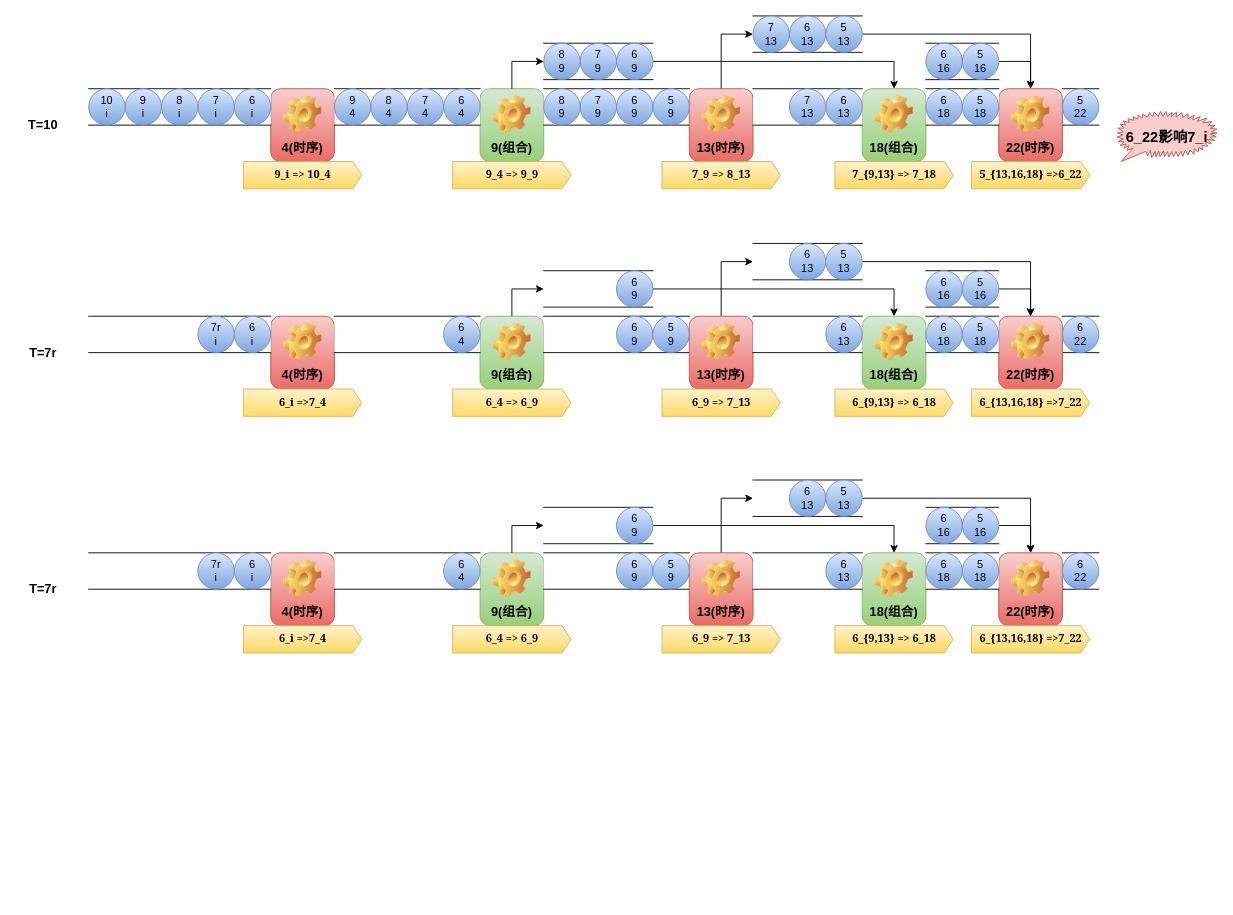
Dercury/CLDK keeps this draw.io diagram as verilator_digrams/推测执行.drawio. Above is the earlier version. Source tidied: cells renumbered, new cells numbered last; positions are measured from the earlier drawing's top-left corner, leaving out a move shared by most shapes. Both pictures are drawn from the tidied source at 91%, with x=0, y=0 at pixel (15, 15).
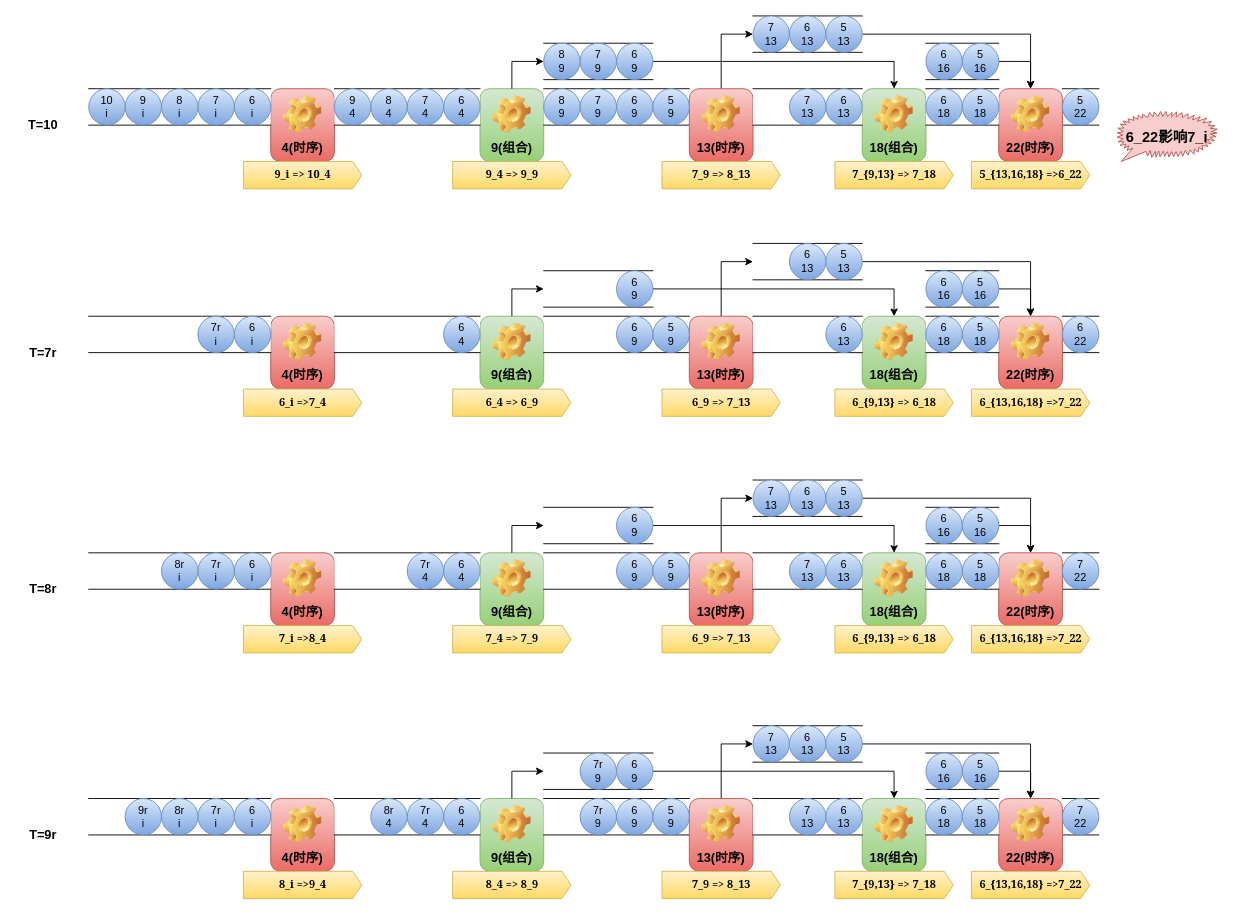
The same page after the edit.

Commit message (it also covers changes not shown here):
更新推测执行.drawio

Diff of the diagram source:
```diff
@@
-    <mxCell id="106" value="T=7r" style="text;html=1;align=center;verticalAlign=middle;whiteSpace=wrap;rounded=0;fontSize=14;fontStyle=1;" parent="1" vertex="1">
+    <mxCell id="106" value="T=8r" style="text;html=1;align=center;verticalAlign=middle;whiteSpace=wrap;rounded=0;fontSize=14;fontStyle=1;" parent="1" vertex="1">
       <mxGeometry y="615" width="60" height="30" as="geometry" />
     </mxCell>
@@
-    <mxCell id="108" value="6_i =&amp;gt;7_4" style="html=1;shadow=0;dashed=0;align=center;verticalAlign=middle;shape=mxgraph.arrows2.arrow;dy=0;dx=10;notch=0;fillColor=#fff2cc;gradientColor=#ffd966;strokeColor=#d6b656;fontFamily=Georgia;fontStyle=1;" parent="1" vertex="1">
+    <mxCell id="108" value="7_i =&amp;gt;8_4" style="html=1;shadow=0;dashed=0;align=center;verticalAlign=middle;shape=mxgraph.arrows2.arrow;dy=0;dx=10;notch=0;fillColor=#fff2cc;gradientColor=#ffd966;strokeColor=#d6b656;fontFamily=Georgia;fontStyle=1;" parent="1" vertex="1">
       <mxGeometry x="250" y="670" width="130" height="30" as="geometry" />
     </mxCell>
-    <mxCell id="109" value="6_4 =&amp;gt; 6_9" style="html=1;shadow=0;dashed=0;align=center;verticalAlign=middle;shape=mxgraph.arrows2.arrow;dy=0;dx=10;notch=0;fillColor=#fff2cc;gradientColor=#ffd966;strokeColor=#d6b656;fontFamily=Georgia;fontStyle=1;" parent="1" vertex="1">
+    <mxCell id="109" value="7_4 =&amp;gt; 7_9" style="html=1;shadow=0;dashed=0;align=center;verticalAlign=middle;shape=mxgraph.arrows2.arrow;dy=0;dx=10;notch=0;fillColor=#fff2cc;gradientColor=#ffd966;strokeColor=#d6b656;fontFamily=Georgia;fontStyle=1;" parent="1" vertex="1">
       <mxGeometry x="480" y="670" width="130" height="30" as="geometry" />
     </mxCell>
@@
-    <mxCell id="123" value="&lt;div&gt;6&lt;/div&gt;&lt;div&gt;22&lt;/div&gt;" style="ellipse;whiteSpace=wrap;html=1;fillColor=#dae8fc;gradientColor=#7ea6e0;strokeColor=#6c8ebf;" parent="1" vertex="1">
+    <mxCell id="123" value="&lt;div&gt;7&lt;/div&gt;&lt;div&gt;22&lt;/div&gt;" style="ellipse;whiteSpace=wrap;html=1;fillColor=#dae8fc;gradientColor=#7ea6e0;strokeColor=#6c8ebf;" parent="1" vertex="1">
       <mxGeometry x="1150" y="590" width="40" height="40" as="geometry" />
     </mxCell>
@@
+    <mxCell id="132" value="&lt;div&gt;8r&lt;/div&gt;&lt;div&gt;i&lt;/div&gt;" style="ellipse;whiteSpace=wrap;html=1;fillColor=#dae8fc;gradientColor=#7ea6e0;strokeColor=#6c8ebf;" parent="1" vertex="1">
+      <mxGeometry x="160" y="590" width="40" height="40" as="geometry" />
+    </mxCell>
+    <mxCell id="133" value="&lt;div&gt;7r&lt;/div&gt;&lt;div&gt;4&lt;/div&gt;" style="ellipse;whiteSpace=wrap;html=1;fillColor=#dae8fc;gradientColor=#7ea6e0;strokeColor=#6c8ebf;" parent="1" vertex="1">
+      <mxGeometry x="430" y="590" width="40" height="40" as="geometry" />
+    </mxCell>
+    <mxCell id="134" value="&lt;div&gt;7&lt;/div&gt;&lt;div&gt;13&lt;/div&gt;" style="ellipse;whiteSpace=wrap;html=1;fillColor=#dae8fc;gradientColor=#7ea6e0;strokeColor=#6c8ebf;" parent="1" vertex="1">
+      <mxGeometry x="850" y="590" width="40" height="40" as="geometry" />
+    </mxCell>
+    <mxCell id="135" value="&lt;div&gt;7&lt;/div&gt;&lt;div&gt;13&lt;/div&gt;" style="ellipse;whiteSpace=wrap;html=1;fillColor=#dae8fc;gradientColor=#7ea6e0;strokeColor=#6c8ebf;" parent="1" vertex="1">
+      <mxGeometry x="810" y="510" width="40" height="40" as="geometry" />
+    </mxCell>
+    <mxCell id="136" style="html=1;dashed=0;whiteSpace=wrap;shape=partialRectangle;right=0;left=0;" parent="1" vertex="1">
+      <mxGeometry x="1150" y="860" width="40" height="40" as="geometry" />
+    </mxCell>
+    <mxCell id="137" value="4(时序)" style="label;whiteSpace=wrap;html=1;align=center;verticalAlign=bottom;spacingLeft=0;spacingBottom=4;imageAlign=center;imageVerticalAlign=top;image=img/clipart/Gear_128x128.png;fontSize=14;fillColor=#f8cecc;gradientColor=#ea6b66;strokeColor=#b85450;" parent="1" vertex="1">
+      <mxGeometry x="280" y="860" width="70" height="80" as="geometry" />
+    </mxCell>
+    <mxCell id="138" value="9(组合)" style="label;whiteSpace=wrap;html=1;align=center;verticalAlign=bottom;spacingLeft=0;spacingBottom=4;imageAlign=center;imageVerticalAlign=top;image=img/clipart/Gear_128x128.png;fontSize=14;fillColor=#d5e8d4;gradientColor=#97d077;strokeColor=#82b366;" parent="1" vertex="1">
+      <mxGeometry x="510" y="860" width="70" height="80" as="geometry" />
+    </mxCell>
+    <mxCell id="139" style="html=1;dashed=0;whiteSpace=wrap;shape=partialRectangle;right=0;left=0;" parent="1" vertex="1">
+      <mxGeometry x="80" y="860" width="200" height="40" as="geometry" />
+    </mxCell>
+    <mxCell id="140" value="&lt;div&gt;6&lt;/div&gt;&lt;div&gt;i&lt;/div&gt;" style="ellipse;whiteSpace=wrap;html=1;fillColor=#dae8fc;gradientColor=#7ea6e0;strokeColor=#6c8ebf;" parent="1" vertex="1">
+      <mxGeometry x="240" y="860" width="40" height="40" as="geometry" />
+    </mxCell>
+    <mxCell id="141" style="html=1;dashed=0;whiteSpace=wrap;shape=partialRectangle;right=0;left=0;" parent="1" vertex="1">
+      <mxGeometry x="350" y="860" width="160" height="40" as="geometry" />
+    </mxCell>
+    <mxCell id="142" style="html=1;dashed=0;whiteSpace=wrap;shape=partialRectangle;right=0;left=0;" parent="1" vertex="1">
+      <mxGeometry x="580" y="860" width="160" height="40" as="geometry" />
+    </mxCell>
+    <mxCell id="143" style="edgeStyle=orthogonalEdgeStyle;rounded=0;jettySize=auto;html=1;exitX=0.5;exitY=0;exitDx=0;exitDy=0;entryX=0;entryY=0.5;entryDx=0;entryDy=0;" parent="1" edge="1" source="144" target="168">
+      <mxGeometry relative="1" as="geometry" />
+    </mxCell>
+    <mxCell id="144" value="13(时序)" style="label;whiteSpace=wrap;html=1;align=center;verticalAlign=bottom;spacingLeft=0;spacingBottom=4;imageAlign=center;imageVerticalAlign=top;image=img/clipart/Gear_128x128.png;fontSize=14;fillColor=#f8cecc;gradientColor=#ea6b66;strokeColor=#b85450;" parent="1" vertex="1">
+      <mxGeometry x="740" y="860" width="70" height="80" as="geometry" />
+    </mxCell>
+    <mxCell id="145" value="22(时序)" style="label;whiteSpace=wrap;html=1;align=center;verticalAlign=bottom;spacingLeft=0;spacingBottom=4;imageAlign=center;imageVerticalAlign=top;image=img/clipart/Gear_128x128.png;fontSize=14;fillColor=#f8cecc;gradientColor=#ea6b66;strokeColor=#b85450;" parent="1" vertex="1">
+      <mxGeometry x="1080" y="860" width="70" height="80" as="geometry" />
+    </mxCell>
+    <mxCell id="146" value="18(组合)" style="label;whiteSpace=wrap;html=1;align=center;verticalAlign=bottom;spacingLeft=0;spacingBottom=4;imageAlign=center;imageVerticalAlign=top;image=img/clipart/Gear_128x128.png;fontSize=14;fillColor=#d5e8d4;gradientColor=#97d077;strokeColor=#82b366;" parent="1" vertex="1">
+      <mxGeometry x="930" y="860" width="70" height="80" as="geometry" />
+    </mxCell>
+    <mxCell id="147" style="html=1;dashed=0;whiteSpace=wrap;shape=partialRectangle;right=0;left=0;" parent="1" vertex="1">
+      <mxGeometry x="810" y="860" width="120" height="40" as="geometry" />
+    </mxCell>
+    <mxCell id="148" style="html=1;dashed=0;whiteSpace=wrap;shape=partialRectangle;right=0;left=0;" parent="1" vertex="1">
+      <mxGeometry x="1000" y="860" width="80" height="40" as="geometry" />
+    </mxCell>
+    <mxCell id="149" value="T=9r" style="text;html=1;align=center;verticalAlign=middle;whiteSpace=wrap;rounded=0;fontSize=14;fontStyle=1;" parent="1" vertex="1">
+      <mxGeometry y="885" width="60" height="30" as="geometry" />
+    </mxCell>
+    <mxCell id="150" value="&lt;div&gt;7r&lt;/div&gt;&lt;div&gt;i&lt;/div&gt;" style="ellipse;whiteSpace=wrap;html=1;fillColor=#dae8fc;gradientColor=#7ea6e0;strokeColor=#6c8ebf;" parent="1" vertex="1">
+      <mxGeometry x="200" y="860" width="40" height="40" as="geometry" />
+    </mxCell>
+    <mxCell id="151" value="8_i =&amp;gt;9_4" style="html=1;shadow=0;dashed=0;align=center;verticalAlign=middle;shape=mxgraph.arrows2.arrow;dy=0;dx=10;notch=0;fillColor=#fff2cc;gradientColor=#ffd966;strokeColor=#d6b656;fontFamily=Georgia;fontStyle=1;" parent="1" vertex="1">
+      <mxGeometry x="250" y="940" width="130" height="30" as="geometry" />
+    </mxCell>
+    <mxCell id="152" value="8_4 =&amp;gt; 8_9" style="html=1;shadow=0;dashed=0;align=center;verticalAlign=middle;shape=mxgraph.arrows2.arrow;dy=0;dx=10;notch=0;fillColor=#fff2cc;gradientColor=#ffd966;strokeColor=#d6b656;fontFamily=Georgia;fontStyle=1;" parent="1" vertex="1">
+      <mxGeometry x="480" y="940" width="130" height="30" as="geometry" />
+    </mxCell>
+    <mxCell id="153" value="7_9 =&amp;gt; 8_13" style="html=1;shadow=0;dashed=0;align=center;verticalAlign=middle;shape=mxgraph.arrows2.arrow;dy=0;dx=10;notch=0;fillColor=#fff2cc;gradientColor=#ffd966;strokeColor=#d6b656;fontFamily=Georgia;fontStyle=1;" parent="1" vertex="1">
+      <mxGeometry x="710" y="940" width="130" height="30" as="geometry" />
+    </mxCell>
+    <mxCell id="154" value="7_{9,13} =&amp;gt; 7_18" style="html=1;shadow=0;dashed=0;align=center;verticalAlign=middle;shape=mxgraph.arrows2.arrow;dy=0;dx=10;notch=0;fillColor=#fff2cc;gradientColor=#ffd966;strokeColor=#d6b656;fontFamily=Georgia;fontStyle=1;" parent="1" vertex="1">
+      <mxGeometry x="900" y="940" width="130" height="30" as="geometry" />
+    </mxCell>
+    <mxCell id="155" value="6_{13,16,18} =&amp;gt;7_22" style="html=1;shadow=0;dashed=0;align=center;verticalAlign=middle;shape=mxgraph.arrows2.arrow;dy=0;dx=10;notch=0;fillColor=#fff2cc;gradientColor=#ffd966;strokeColor=#d6b656;fontFamily=Georgia;fontStyle=1;" parent="1" vertex="1">
+      <mxGeometry x="1050" y="940" width="130" height="30" as="geometry" />
+    </mxCell>
+    <mxCell id="156" value="&lt;div&gt;6&lt;/div&gt;&lt;div&gt;4&lt;/div&gt;" style="ellipse;whiteSpace=wrap;html=1;fillColor=#dae8fc;gradientColor=#7ea6e0;strokeColor=#6c8ebf;" parent="1" vertex="1">
+      <mxGeometry x="470" y="860" width="40" height="40" as="geometry" />
+    </mxCell>
+    <mxCell id="157" value="&lt;div&gt;6&lt;/div&gt;&lt;div&gt;9&lt;/div&gt;" style="ellipse;whiteSpace=wrap;html=1;fillColor=#dae8fc;gradientColor=#7ea6e0;strokeColor=#6c8ebf;" parent="1" vertex="1">
+      <mxGeometry x="660" y="860" width="40" height="40" as="geometry" />
+    </mxCell>
+    <mxCell id="158" value="&lt;div&gt;5&lt;/div&gt;&lt;div&gt;9&lt;/div&gt;" style="ellipse;whiteSpace=wrap;html=1;fillColor=#dae8fc;gradientColor=#7ea6e0;strokeColor=#6c8ebf;" parent="1" vertex="1">
+      <mxGeometry x="700" y="860" width="40" height="40" as="geometry" />
+    </mxCell>
+    <mxCell id="159" value="&lt;div&gt;6&lt;/div&gt;&lt;div&gt;13&lt;/div&gt;" style="ellipse;whiteSpace=wrap;html=1;fillColor=#dae8fc;gradientColor=#7ea6e0;strokeColor=#6c8ebf;" parent="1" vertex="1">
+      <mxGeometry x="890" y="860" width="40" height="40" as="geometry" />
+    </mxCell>
+    <mxCell id="160" style="edgeStyle=orthogonalEdgeStyle;rounded=0;jettySize=auto;html=1;entryX=0.5;entryY=0;entryDx=0;entryDy=0;" parent="1" edge="1" source="161" target="146">
+      <mxGeometry relative="1" as="geometry" />
+    </mxCell>
+    <mxCell id="161" style="html=1;dashed=0;whiteSpace=wrap;shape=partialRectangle;right=0;left=0;" parent="1" vertex="1">
+      <mxGeometry x="580" y="810" width="120" height="40" as="geometry" />
+    </mxCell>
+    <mxCell id="162" value="&lt;div&gt;6&lt;/div&gt;&lt;div&gt;9&lt;/div&gt;" style="ellipse;whiteSpace=wrap;html=1;fillColor=#dae8fc;gradientColor=#7ea6e0;strokeColor=#6c8ebf;" parent="1" vertex="1">
+      <mxGeometry x="660" y="810" width="40" height="40" as="geometry" />
+    </mxCell>
+    <mxCell id="163" style="edgeStyle=orthogonalEdgeStyle;rounded=0;jettySize=auto;html=1;exitX=0.5;exitY=0;exitDx=0;exitDy=0;entryX=0;entryY=0.5;entryDx=0;entryDy=0;" parent="1" edge="1" source="138" target="161">
+      <mxGeometry relative="1" as="geometry" />
+    </mxCell>
+    <mxCell id="164" value="&lt;div&gt;6&lt;/div&gt;&lt;div&gt;18&lt;/div&gt;" style="ellipse;whiteSpace=wrap;html=1;fillColor=#dae8fc;gradientColor=#7ea6e0;strokeColor=#6c8ebf;" parent="1" vertex="1">
+      <mxGeometry x="1000" y="860" width="40" height="40" as="geometry" />
+    </mxCell>
+    <mxCell id="165" value="&lt;div&gt;5&lt;/div&gt;&lt;div&gt;18&lt;/div&gt;" style="ellipse;whiteSpace=wrap;html=1;fillColor=#dae8fc;gradientColor=#7ea6e0;strokeColor=#6c8ebf;" parent="1" vertex="1">
+      <mxGeometry x="1040" y="860" width="40" height="40" as="geometry" />
+    </mxCell>
+    <mxCell id="166" value="&lt;div&gt;7&lt;/div&gt;&lt;div&gt;22&lt;/div&gt;" style="ellipse;whiteSpace=wrap;html=1;fillColor=#dae8fc;gradientColor=#7ea6e0;strokeColor=#6c8ebf;" parent="1" vertex="1">
+      <mxGeometry x="1150" y="860" width="40" height="40" as="geometry" />
+    </mxCell>
+    <mxCell id="167" style="edgeStyle=orthogonalEdgeStyle;rounded=0;jettySize=auto;html=1;exitX=1;exitY=0.5;exitDx=0;exitDy=0;" parent="1" edge="1" source="168" target="145">
+      <mxGeometry relative="1" as="geometry" />
+    </mxCell>
+    <mxCell id="168" style="html=1;dashed=0;whiteSpace=wrap;shape=partialRectangle;right=0;left=0;" parent="1" vertex="1">
+      <mxGeometry x="810" y="780" width="120" height="40" as="geometry" />
+    </mxCell>
+    <mxCell id="169" value="&lt;div&gt;6&lt;/div&gt;&lt;div&gt;13&lt;/div&gt;" style="ellipse;whiteSpace=wrap;html=1;fillColor=#dae8fc;gradientColor=#7ea6e0;strokeColor=#6c8ebf;" parent="1" vertex="1">
+      <mxGeometry x="850" y="780" width="40" height="40" as="geometry" />
+    </mxCell>
+    <mxCell id="170" value="&lt;div&gt;5&lt;/div&gt;&lt;div&gt;13&lt;/div&gt;" style="ellipse;whiteSpace=wrap;html=1;fillColor=#dae8fc;gradientColor=#7ea6e0;strokeColor=#6c8ebf;" parent="1" vertex="1">
+      <mxGeometry x="890" y="780" width="40" height="40" as="geometry" />
+    </mxCell>
+    <mxCell id="171" style="edgeStyle=orthogonalEdgeStyle;rounded=0;jettySize=auto;html=1;entryX=0.5;entryY=0;entryDx=0;entryDy=0;exitX=1;exitY=0.5;exitDx=0;exitDy=0;" parent="1" edge="1" source="172" target="145">
+      <mxGeometry relative="1" as="geometry" />
+    </mxCell>
+    <mxCell id="172" style="html=1;dashed=0;whiteSpace=wrap;shape=partialRectangle;right=0;left=0;" parent="1" vertex="1">
+      <mxGeometry x="1000" y="810" width="80" height="40" as="geometry" />
+    </mxCell>
+    <mxCell id="173" value="&lt;div&gt;6&lt;/div&gt;&lt;div&gt;16&lt;/div&gt;" style="ellipse;whiteSpace=wrap;html=1;fillColor=#dae8fc;gradientColor=#7ea6e0;strokeColor=#6c8ebf;" parent="1" vertex="1">
+      <mxGeometry x="1000" y="810" width="40" height="40" as="geometry" />
+    </mxCell>
+    <mxCell id="174" value="&lt;div&gt;5&lt;/div&gt;&lt;div&gt;16&lt;/div&gt;" style="ellipse;whiteSpace=wrap;html=1;fillColor=#dae8fc;gradientColor=#7ea6e0;strokeColor=#6c8ebf;" parent="1" vertex="1">
+      <mxGeometry x="1040" y="810" width="40" height="40" as="geometry" />
+    </mxCell>
+    <mxCell id="175" value="&lt;div&gt;8r&lt;/div&gt;&lt;div&gt;i&lt;/div&gt;" style="ellipse;whiteSpace=wrap;html=1;fillColor=#dae8fc;gradientColor=#7ea6e0;strokeColor=#6c8ebf;" parent="1" vertex="1">
+      <mxGeometry x="160" y="860" width="40" height="40" as="geometry" />
+    </mxCell>
+    <mxCell id="176" value="&lt;div&gt;7r&lt;/div&gt;&lt;div&gt;4&lt;/div&gt;" style="ellipse;whiteSpace=wrap;html=1;fillColor=#dae8fc;gradientColor=#7ea6e0;strokeColor=#6c8ebf;" parent="1" vertex="1">
+      <mxGeometry x="430" y="860" width="40" height="40" as="geometry" />
+    </mxCell>
+    <mxCell id="177" value="&lt;div&gt;7&lt;/div&gt;&lt;div&gt;13&lt;/div&gt;" style="ellipse;whiteSpace=wrap;html=1;fillColor=#dae8fc;gradientColor=#7ea6e0;strokeColor=#6c8ebf;" parent="1" vertex="1">
+      <mxGeometry x="850" y="860" width="40" height="40" as="geometry" />
+    </mxCell>
+    <mxCell id="178" value="&lt;div&gt;7&lt;/div&gt;&lt;div&gt;13&lt;/div&gt;" style="ellipse;whiteSpace=wrap;html=1;fillColor=#dae8fc;gradientColor=#7ea6e0;strokeColor=#6c8ebf;" parent="1" vertex="1">
+      <mxGeometry x="810" y="780" width="40" height="40" as="geometry" />
+    </mxCell>
+    <mxCell id="179" value="&lt;div&gt;9r&lt;/div&gt;&lt;div&gt;i&lt;/div&gt;" style="ellipse;whiteSpace=wrap;html=1;fillColor=#dae8fc;gradientColor=#7ea6e0;strokeColor=#6c8ebf;" parent="1" vertex="1">
+      <mxGeometry x="120" y="860" width="40" height="40" as="geometry" />
+    </mxCell>
+    <mxCell id="180" value="&lt;div&gt;8r&lt;/div&gt;&lt;div&gt;4&lt;/div&gt;" style="ellipse;whiteSpace=wrap;html=1;fillColor=#dae8fc;gradientColor=#7ea6e0;strokeColor=#6c8ebf;" parent="1" vertex="1">
+      <mxGeometry x="390" y="860" width="40" height="40" as="geometry" />
+    </mxCell>
+    <mxCell id="181" value="&lt;div&gt;7r&lt;/div&gt;&lt;div&gt;9&lt;/div&gt;" style="ellipse;whiteSpace=wrap;html=1;fillColor=#dae8fc;gradientColor=#7ea6e0;strokeColor=#6c8ebf;" parent="1" vertex="1">
+      <mxGeometry x="620" y="860" width="40" height="40" as="geometry" />
+    </mxCell>
+    <mxCell id="182" value="&lt;div&gt;7r&lt;/div&gt;&lt;div&gt;9&lt;/div&gt;" style="ellipse;whiteSpace=wrap;html=1;fillColor=#dae8fc;gradientColor=#7ea6e0;strokeColor=#6c8ebf;" parent="1" vertex="1">
+      <mxGeometry x="620" y="810" width="40" height="40" as="geometry" />
+    </mxCell>
```
